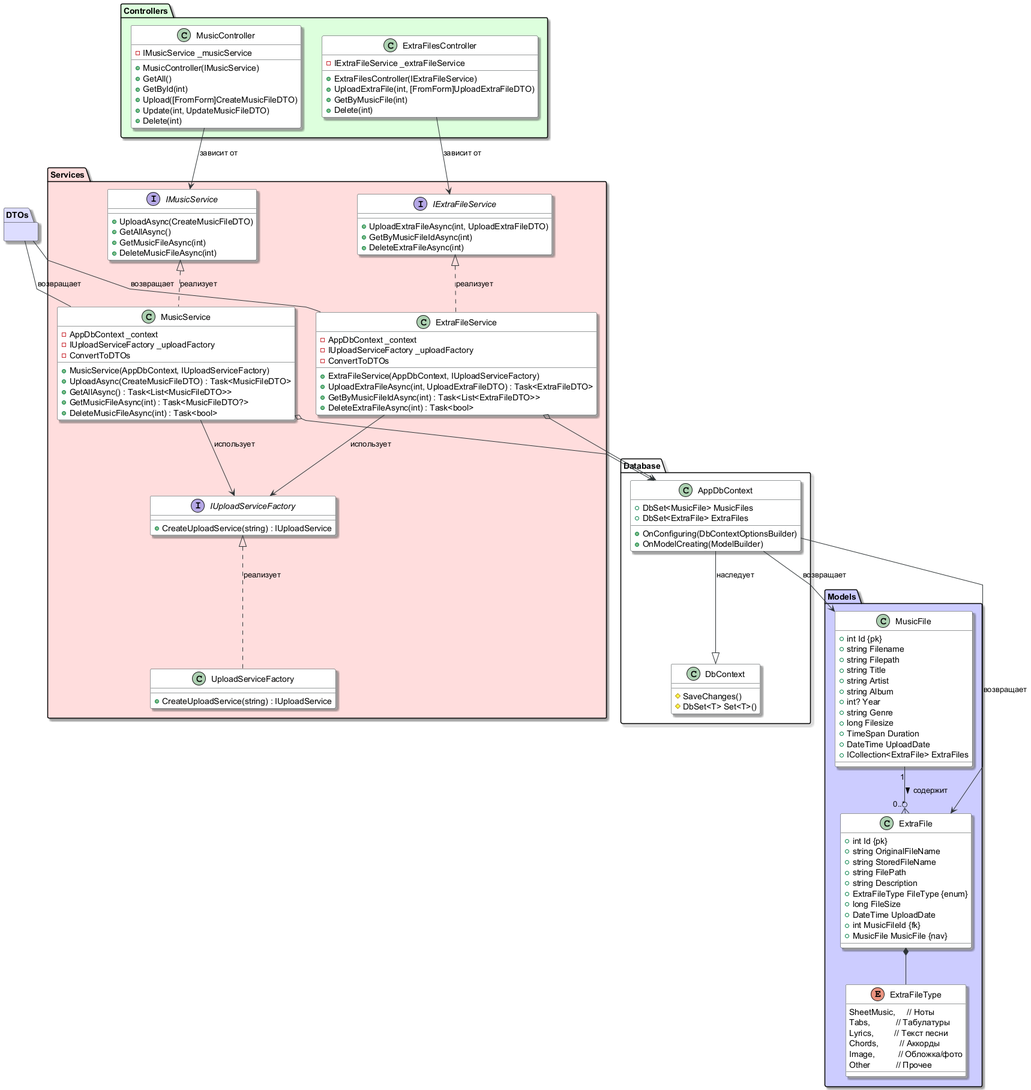
Before: Docs/MusicServer.API Class Diagram.png, a diagram exported from PlantUML (vaClev/MusicPlayer).
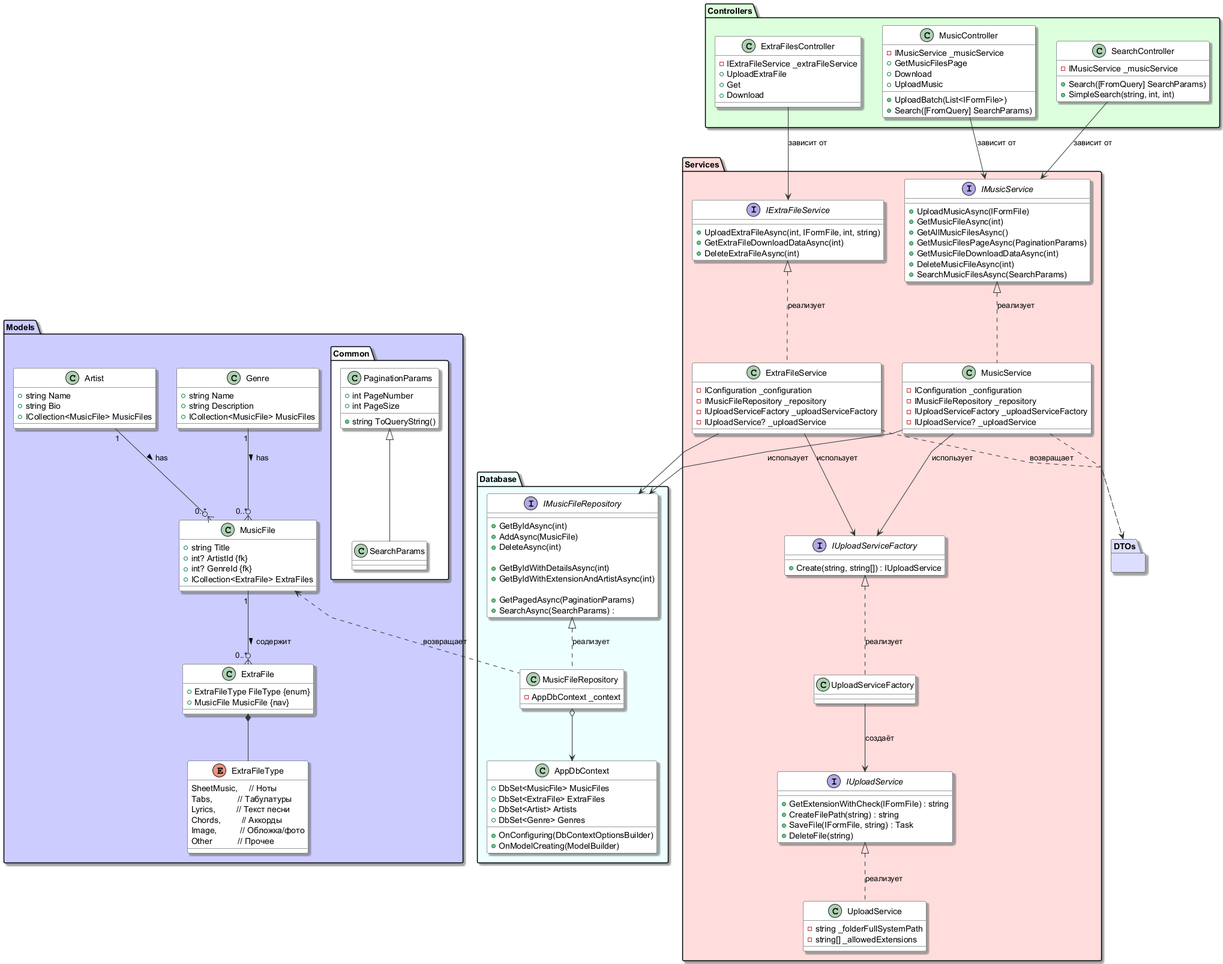
Above is the later version.

Commit message:
Оформление серверной части. Рефакторинг класса ExtraFileService

Change to the diagram source:
```diff
@@ -8,42 +8,26 @@
 skinparam shadowing true
 
 skinparam package {
-    Padding 10         ' Внутренние отступы пакета (по умолчанию 12)
-    Margin 5           ' Внешние отступы пакета (по умолчанию 10)
+    Padding 8         ' Внутренние отступы пакета (по умолчанию 12)
+    Margin 4           ' Внешние отступы пакета (по умолчанию 10)
 }
 
 skinparam class {
     Margin 1           ' Отступ внутри класса (по умолчанию 2)
-    Padding 3          ' Отступ текста от границ (по умолчанию 4)
+    Padding 1          ' Отступ текста от границ (по умолчанию 4)
 }
 skinparam linetype polyline
 
-package "Models" #ccccff{
+package Models #ccccff {
     class MusicFile {
-        +int Id {pk}
-        +string Filename
-        +string Filepath
         +string Title
-        +string Artist
-        +string Album
-        +int? Year
-        +string Genre
-        +long Filesize
-        +TimeSpan Duration
-        +DateTime UploadDate
+        +int? ArtistId {fk}
+        +int? GenreId {fk}
         +ICollection<ExtraFile> ExtraFiles
     }
 
     class ExtraFile {
-        +int Id {pk}
-        +string OriginalFileName
-        +string StoredFileName
-        +string FilePath
-        +string Description
         +ExtraFileType FileType {enum}
-        +long FileSize
-        +DateTime UploadDate
-        +int MusicFileId {fk}
         +MusicFile MusicFile {nav}
     }
 
@@ -55,114 +39,165 @@
         Image,          // Обложка/фото
         Other           // Прочее
     }
-    ExtraFile *--ExtraFileType
+
+    class Artist {
+        +string Name
+        +string Bio
+        +ICollection<MusicFile> MusicFiles
+    }
+
+    class Genre {
+        +string Name
+        +string Description
+        +ICollection<MusicFile> MusicFiles
+    }
+
+    ExtraFile *-- ExtraFileType
     MusicFile "1" --o{ "0..*" ExtraFile : содержит >
+    Artist "1" --o{ "0..*" MusicFile : has >
+    Genre "1" --o{ "0..*" MusicFile : has >
+
+package Common #ffffff {
+    class PaginationParams {
+        +int PageNumber
+        +int PageSize
+        +string ToQueryString()
+    }
+
+    class SearchParams extends PaginationParams
+    {
+    }
+}
 }
 
-package "DTOs" #ddddff {
+package DTOs #ddddff {
 
 }
 
-package "Database" {
+package "Database" #eeffff {
     class AppDbContext {
         +DbSet<MusicFile> MusicFiles
         +DbSet<ExtraFile> ExtraFiles
+        +DbSet<Artist> Artists
+        +DbSet<Genre> Genres
         +OnConfiguring(DbContextOptionsBuilder)
         +OnModelCreating(ModelBuilder)
     }
 
-    class DbContext {
-        #SaveChanges()
-        #DbSet<T> Set<T>()
+    interface IMusicFileRepository {
+        +GetByIdAsync(int)
+        +AddAsync(MusicFile)
+        +DeleteAsync(int)
+
+        +GetByIdWithDetailsAsync(int)
+        +GetByIdWithExtensionAndArtistAsync(int)
+
+        +GetPagedAsync(PaginationParams)
+        +SearchAsync(SearchParams) :
     }
 
-    AppDbContext --|> DbContext : наследует
-    AppDbContext --> MusicFile : возвращает
-    AppDbContext --> ExtraFile : возвращает
+    class MusicFileRepository {
+        -AppDbContext _context
+    }
+
+    IMusicFileRepository <|.. MusicFileRepository : реализует
+    MusicFileRepository o--> AppDbContext
+    Models.MusicFile <.. MusicFileRepository : возвращает
 }
 
-package "Services" #ffdddd{
+package "Services" #ffdddd {
     interface IMusicService {
-        +UploadAsync(CreateMusicFileDTO)
-        +GetAllAsync()
+        +UploadMusicAsync(IFormFile)
         +GetMusicFileAsync(int)
+        +GetAllMusicFilesAsync()
+        +GetMusicFilesPageAsync(PaginationParams)
+        +GetMusicFileDownloadDataAsync(int)
         +DeleteMusicFileAsync(int)
+        +SearchMusicFilesAsync(SearchParams)
     }
 
     class MusicService {
-        -AppDbContext _context
-        -IUploadServiceFactory _uploadFactory
-        +MusicService(AppDbContext, IUploadServiceFactory)
-        +UploadAsync(CreateMusicFileDTO) : Task<MusicFileDTO>
-        +GetAllAsync() : Task<List<MusicFileDTO>>
-        +GetMusicFileAsync(int) : Task<MusicFileDTO?>
-        +DeleteMusicFileAsync(int) : Task<bool>
-        -ConvertToDTOs
+        -IConfiguration _configuration
+        -IMusicFileRepository _repository
+        -IUploadServiceFactory _uploadServiceFactory
+        -IUploadService? _uploadService
     }
 
     interface IExtraFileService {
-        +UploadExtraFileAsync(int, UploadExtraFileDTO)
-        +GetByMusicFileIdAsync(int)
+        +UploadExtraFileAsync(int, IFormFile, int, string)
+        +GetExtraFileDownloadDataAsync(int)
         +DeleteExtraFileAsync(int)
     }
 
     class ExtraFileService {
-        -AppDbContext _context
-        -IUploadServiceFactory _uploadFactory
-        +ExtraFileService(AppDbContext, IUploadServiceFactory)
-        +UploadExtraFileAsync(int, UploadExtraFileDTO) : Task<ExtraFileDTO>
-        +GetByMusicFileIdAsync(int) : Task<List<ExtraFileDTO>>
-        +DeleteExtraFileAsync(int) : Task<bool>
-        -ConvertToDTOs
+        -IConfiguration _configuration
+        -IMusicFileRepository _repository
+        -IUploadServiceFactory _uploadServiceFactory
+        -IUploadService? _uploadService
     }
-    DTOs -- ExtraFileService : возвращает
-    DTOs -- MusicService  : возвращает
+
     interface IUploadServiceFactory {
-        +CreateUploadService(string) : IUploadService
+        +Create(string, string[]) : IUploadService
     }
 
     class UploadServiceFactory {
-        +CreateUploadService(string) : IUploadService
+    }
+
+    interface IUploadService {
+        +GetExtensionWithCheck(IFormFile) : string
+        +CreateFilePath(string) : string
+        +SaveFile(IFormFile, string) : Task
+        +DeleteFile(string)
+    }
+
+    class UploadService {
+        -string _folderFullSystemPath
+        -string[] _allowedExtensions
     }
 
     IMusicService <|.. MusicService : реализует
     IExtraFileService <|.. ExtraFileService : реализует
     IUploadServiceFactory <|.. UploadServiceFactory : реализует
+    IUploadService <|.. UploadService : реализует
 
-    MusicService o--> AppDbContext
-    ExtraFileService o--> AppDbContext
+    MusicService --> IMusicFileRepository : использует
     MusicService --> IUploadServiceFactory : использует
+    ExtraFileService --> IMusicFileRepository
     ExtraFileService --> IUploadServiceFactory : использует
+    UploadServiceFactory --> IUploadService : создаёт
 
-
+    MusicService ..> DTOs
+    ExtraFileService ..> DTOs : возвращает
 }
 
 package "Controllers" #ddffdd {
     class MusicController {
         -IMusicService _musicService
-        +MusicController(IMusicService)
-        +GetAll()
-        +GetById(int)
-        +Upload([FromForm]CreateMusicFileDTO)
-        +Update(int, UpdateMusicFileDTO)
-        +Delete(int)
+        +GetMusicFilesPage
+        +Download
+        +UploadMusic
+
+        +UploadBatch(List<IFormFile>)
+        +Search([FromQuery] SearchParams)
     }
 
     class ExtraFilesController {
         -IExtraFileService _extraFileService
-        +ExtraFilesController(IExtraFileService)
-        +UploadExtraFile(int, [FromForm]UploadExtraFileDTO)
-        +GetByMusicFile(int)
-        +Delete(int)
+        +UploadExtraFile
+        +Get
+        +Download
+    }
+
+    class SearchController {
+        -IMusicService _musicService
+
+        +Search([FromQuery] SearchParams)
+        +SimpleSearch(string, int, int)
     }
 
     MusicController --> IMusicService : зависит от
     ExtraFilesController --> IExtraFileService : зависит от
-
-
+    SearchController --> IMusicService : зависит от
 }
 
-
-
-
 @enduml
```
